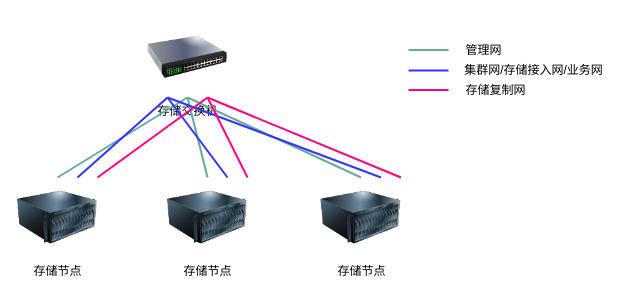
Before: 网络拓扑.drawio in luqitao/drawio_files, a draw.io diagram. Source tidied: cells renumbered, new cells numbered last; positions are measured from the earlier drawing's top-left corner, leaving out a move shared by most shapes. Both pictures are drawn from the tidied source at 100%, with x=0, y=0 at pixel (17, 17).
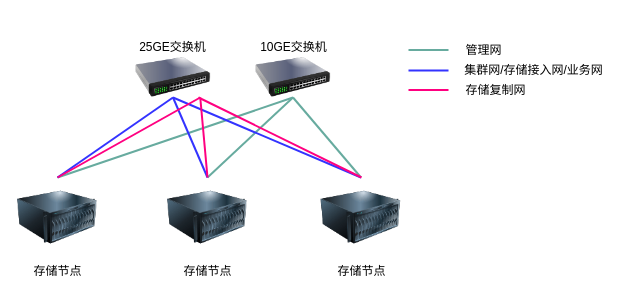
The same diagram, later.

Unchanged cells that the change refers to:
```xml
<mxCell id="2" value="存储节点" style="image;html=1;image=img/lib/clip_art/computers/Server_128x128.png;strokeWidth=2;" parent="1" vertex="1">
  <mxGeometry y="160" width="80" height="80" as="geometry" />
</mxCell>
<mxCell id="3" value="存储节点" style="image;html=1;image=img/lib/clip_art/computers/Server_128x128.png;strokeWidth=2;" parent="1" vertex="1">
  <mxGeometry x="150" y="160" width="80" height="80" as="geometry" />
</mxCell>
<mxCell id="4" value="存储节点" style="image;html=1;image=img/lib/clip_art/computers/Server_128x128.png;strokeWidth=2;" parent="1" vertex="1">
  <mxGeometry x="303.5" y="160" width="80" height="80" as="geometry" />
</mxCell>
```

Change to the diagram source:
```diff
@@
-    <mxCell id="5" value="存储交换机" style="image;html=1;image=img/lib/clip_art/networking/Switch_128x128.png;strokeWidth=2;" parent="1" vertex="1">
-      <mxGeometry x="130" width="80" height="80" as="geometry" />
+    <mxCell id="5" style="image;html=1;image=img/lib/clip_art/networking/Switch_128x128.png;strokeWidth=2;" parent="1" vertex="1">
+      <mxGeometry x="101" y="40" width="109" height="40" as="geometry" />
     </mxCell>
@@
-    <mxCell id="12" style="endArrow=none;html=1;rounded=0;strokeColor=#67AB9F;strokeWidth=2;entryX=0.5;entryY=1;entryDx=0;entryDy=0;exitX=0.5;exitY=0;exitDx=0;exitDy=0;" parent="1" edge="1" source="2" target="5">
+    <mxCell id="12" style="endArrow=none;html=1;rounded=0;strokeColor=#67AB9F;strokeWidth=2;entryX=0.5;entryY=1;entryDx=0;entryDy=0;exitX=0.5;exitY=0;exitDx=0;exitDy=0;" parent="1" edge="1" source="2" target="22">
       <mxGeometry relative="1" as="geometry" />
     </mxCell>
-    <mxCell id="13" style="endArrow=none;html=1;rounded=0;strokeColor=#67AB9F;strokeWidth=2;entryX=0.5;entryY=1;entryDx=0;entryDy=0;exitX=0.5;exitY=0;exitDx=0;exitDy=0;" parent="1" edge="1" source="3" target="5">
+    <mxCell id="13" style="endArrow=none;html=1;rounded=0;strokeColor=#67AB9F;strokeWidth=2;entryX=0.5;entryY=1;entryDx=0;entryDy=0;exitX=0.5;exitY=0;exitDx=0;exitDy=0;" parent="1" edge="1" source="3" target="22">
       <mxGeometry relative="1" as="geometry" />
     </mxCell>
-    <mxCell id="14" style="endArrow=none;html=1;rounded=0;strokeColor=#67AB9F;strokeWidth=2;entryX=0.5;entryY=1;entryDx=0;entryDy=0;exitX=0.5;exitY=0;exitDx=0;exitDy=0;" parent="1" edge="1" source="4" target="5">
+    <mxCell id="14" style="endArrow=none;html=1;rounded=0;strokeColor=#67AB9F;strokeWidth=2;entryX=0.5;entryY=1;entryDx=0;entryDy=0;exitX=0.5;exitY=0;exitDx=0;exitDy=0;" parent="1" edge="1" source="4" target="22">
       <mxGeometry relative="1" as="geometry" />
     </mxCell>
-    <mxCell id="15" style="endArrow=none;html=1;rounded=0;strokeColor=#3333FF;strokeWidth=2;entryX=0.25;entryY=1;entryDx=0;entryDy=0;exitX=0.75;exitY=0;exitDx=0;exitDy=0;" parent="1" edge="1" source="2" target="5">
+    <mxCell id="15" style="endArrow=none;html=1;rounded=0;strokeColor=#3333FF;strokeWidth=2;entryX=0.5;entryY=1;entryDx=0;entryDy=0;exitX=0.5;exitY=0;exitDx=0;exitDy=0;" parent="1" edge="1" source="2" target="5">
       <mxGeometry relative="1" as="geometry" />
     </mxCell>
-    <mxCell id="16" style="endArrow=none;html=1;rounded=0;strokeColor=#3333FF;strokeWidth=2;entryX=0.25;entryY=1;entryDx=0;entryDy=0;exitX=0.75;exitY=0;exitDx=0;exitDy=0;" parent="1" edge="1" source="3" target="5">
-      <mxGeometry relative="1" as="geometry" />
+    <mxCell id="16" style="endArrow=none;html=1;rounded=0;strokeColor=#3333FF;strokeWidth=2;entryX=0.5;entryY=1;entryDx=0;entryDy=0;" parent="1" edge="1" target="5">
+      <mxGeometry relative="1" as="geometry">
+        <mxPoint x="190" y="160" as="sourcePoint" />
+      </mxGeometry>
     </mxCell>
-    <mxCell id="17" style="endArrow=none;html=1;rounded=0;strokeColor=#3333FF;strokeWidth=2;exitX=0.75;exitY=0;exitDx=0;exitDy=0;" parent="1" edge="1" source="4">
-      <mxGeometry relative="1" as="geometry">
-        <mxPoint x="150" y="80" as="targetPoint" />
-      </mxGeometry>
+    <mxCell id="17" style="endArrow=none;html=1;rounded=0;strokeColor=#3333FF;strokeWidth=2;exitX=0.5;exitY=0;exitDx=0;exitDy=0;entryX=0.5;entryY=1;entryDx=0;entryDy=0;" parent="1" edge="1" source="4" target="5">
+      <mxGeometry relative="1" as="geometry" />
     </mxCell>
-    <mxCell id="18" style="endArrow=none;html=1;rounded=0;strokeColor=#FF0080;strokeWidth=2;exitX=0.75;exitY=1;exitDx=0;exitDy=0;entryX=1;entryY=0;entryDx=0;entryDy=0;" parent="1" edge="1" source="5" target="2">
+    <mxCell id="18" style="endArrow=none;html=1;rounded=0;strokeColor=#FF0080;strokeWidth=2;entryX=0.5;entryY=0;entryDx=0;entryDy=0;exitX=0.75;exitY=1;exitDx=0;exitDy=0;" parent="1" edge="1" source="5" target="2">
       <mxGeometry relative="1" as="geometry" />
     </mxCell>
-    <mxCell id="19" style="endArrow=none;html=1;rounded=0;strokeColor=#FF0080;strokeWidth=2;entryX=1;entryY=0;entryDx=0;entryDy=0;" parent="1" edge="1" target="3">
-      <mxGeometry relative="1" as="geometry">
-        <mxPoint x="190" y="80" as="sourcePoint" />
-      </mxGeometry>
+    <mxCell id="19" style="endArrow=none;html=1;rounded=0;strokeColor=#FF0080;strokeWidth=2;entryX=0.5;entryY=0;entryDx=0;entryDy=0;exitX=0.75;exitY=1;exitDx=0;exitDy=0;" parent="1" edge="1" source="5" target="3">
+      <mxGeometry relative="1" as="geometry" />
     </mxCell>
-    <mxCell id="20" style="endArrow=none;html=1;rounded=0;strokeColor=#FF0080;strokeWidth=2;entryX=1;entryY=0;entryDx=0;entryDy=0;" parent="1" edge="1" target="4">
+    <mxCell id="20" style="endArrow=none;html=1;rounded=0;strokeColor=#FF0080;strokeWidth=2;" parent="1" edge="1">
       <mxGeometry relative="1" as="geometry">
-        <mxPoint x="190" y="80" as="sourcePoint" />
+        <mxPoint x="181" y="80" as="sourcePoint" />
+        <mxPoint x="344" y="160" as="targetPoint" />
       </mxGeometry>
     </mxCell>
+    <mxCell id="21" value="&lt;span style=&quot;background-color: rgb(255 , 255 , 255)&quot;&gt;25GE交换机&lt;/span&gt;" style="text;html=1;align=center;verticalAlign=middle;strokeColor=none;fillColor=none;" parent="1" vertex="1">
+      <mxGeometry x="115" y="20" width="80" height="20" as="geometry" />
+    </mxCell>
+    <mxCell id="22" style="image;html=1;image=img/lib/clip_art/networking/Switch_128x128.png;strokeWidth=2;" parent="1" vertex="1">
+      <mxGeometry x="221" y="40" width="109" height="40" as="geometry" />
+    </mxCell>
+    <mxCell id="23" value="&lt;span style=&quot;background-color: rgb(255 , 255 , 255)&quot;&gt;10GE交换机&lt;/span&gt;" style="text;html=1;align=center;verticalAlign=middle;strokeColor=none;fillColor=none;" parent="1" vertex="1">
+      <mxGeometry x="236" y="20" width="80" height="20" as="geometry" />
+    </mxCell>
```
